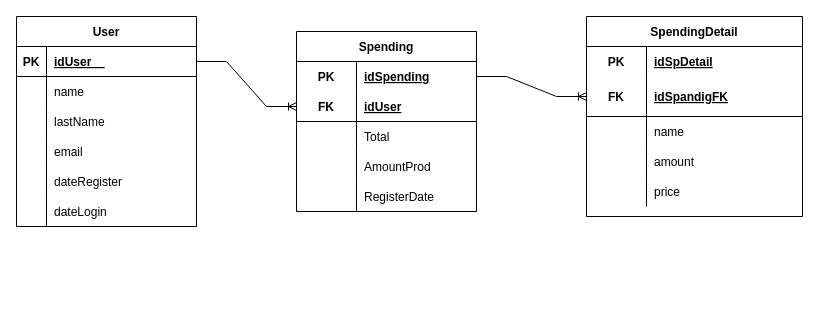
This is gastosbd/Untitled Diagram.drawio from Wils0nDev/models_bd, a draw.io file, before an edit. Source tidied: cells renumbered, new cells numbered last; positions are measured from the earlier drawing's top-left corner, leaving out a move shared by most shapes. Both pictures are drawn from the tidied source at 100%, with x=0, y=0 at pixel (16, 16).
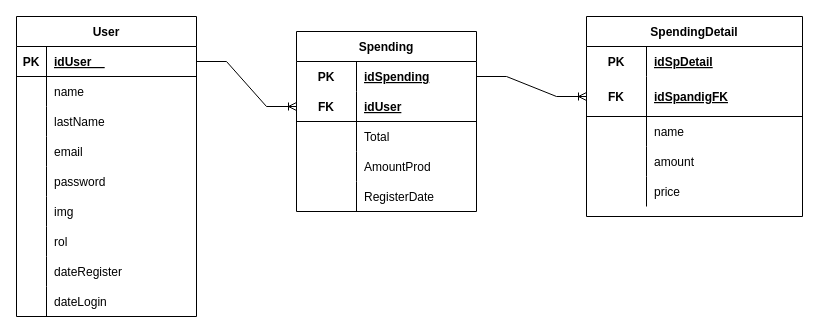
The same page after the edit.

Change to the diagram source:
```diff
@@
     <mxCell id="2" value="User" style="shape=table;startSize=30;childLayout=tableLayout;rowLines=0;fontStyle=1;align=center;" parent="1" vertex="1">
-      <mxGeometry width="180" height="210" as="geometry" />
+      <mxGeometry width="180" height="300" as="geometry" />
     </mxCell>
@@
+    <mxCell id="55" style="shape=tableRow;horizontal=0;startSize=0;swimlaneHead=0;swimlaneBody=0;fillColor=none;top=0;left=0;right=0;bottom=0;" parent="2" vertex="1">
+      <mxGeometry y="150" width="180" height="30" as="geometry" />
+    </mxCell>
+    <mxCell id="56" style="shape=partialRectangle;fillColor=none;top=0;left=0;bottom=0;right=0;overflow=hidden;" parent="55" vertex="1">
+      <mxGeometry width="30" height="30" as="geometry" />
+    </mxCell>
+    <mxCell id="57" value="password" style="shape=partialRectangle;fillColor=none;top=0;left=0;bottom=0;right=0;align=left;spacingLeft=6;overflow=hidden;" parent="55" vertex="1">
+      <mxGeometry x="30" width="150" height="30" as="geometry" />
+    </mxCell>
+    <mxCell id="58" style="shape=tableRow;horizontal=0;startSize=0;swimlaneHead=0;swimlaneBody=0;fillColor=none;top=0;left=0;right=0;bottom=0;" parent="2" vertex="1">
+      <mxGeometry y="180" width="180" height="30" as="geometry" />
+    </mxCell>
+    <mxCell id="59" style="shape=partialRectangle;fillColor=none;top=0;left=0;bottom=0;right=0;overflow=hidden;" parent="58" vertex="1">
+      <mxGeometry width="30" height="30" as="geometry" />
+    </mxCell>
+    <mxCell id="60" value="img    " style="shape=partialRectangle;fillColor=none;top=0;left=0;bottom=0;right=0;align=left;spacingLeft=6;overflow=hidden;" parent="58" vertex="1">
+      <mxGeometry x="30" width="150" height="30" as="geometry" />
+    </mxCell>
+    <mxCell id="61" style="shape=tableRow;horizontal=0;startSize=0;swimlaneHead=0;swimlaneBody=0;fillColor=none;top=0;left=0;right=0;bottom=0;" parent="2" vertex="1">
+      <mxGeometry y="210" width="180" height="30" as="geometry" />
+    </mxCell>
+    <mxCell id="62" style="shape=partialRectangle;fillColor=none;top=0;left=0;bottom=0;right=0;overflow=hidden;" parent="61" vertex="1">
+      <mxGeometry width="30" height="30" as="geometry" />
+    </mxCell>
+    <mxCell id="63" value="rol" style="shape=partialRectangle;fillColor=none;top=0;left=0;bottom=0;right=0;align=left;spacingLeft=6;overflow=hidden;" parent="61" vertex="1">
+      <mxGeometry x="30" width="150" height="30" as="geometry" />
+    </mxCell>
     <mxCell id="15" style="shape=tableRow;horizontal=0;startSize=0;swimlaneHead=0;swimlaneBody=0;fillColor=none;top=0;left=0;right=0;bottom=0;" parent="2" vertex="1">
-      <mxGeometry y="150" width="180" height="30" as="geometry" />
+      <mxGeometry y="240" width="180" height="30" as="geometry" />
     </mxCell>
@@
     <mxCell id="18" style="shape=tableRow;horizontal=0;startSize=0;swimlaneHead=0;swimlaneBody=0;fillColor=none;top=0;left=0;right=0;bottom=0;" parent="2" vertex="1">
-      <mxGeometry y="180" width="180" height="30" as="geometry" />
+      <mxGeometry y="270" width="180" height="30" as="geometry" />
     </mxCell>
```
